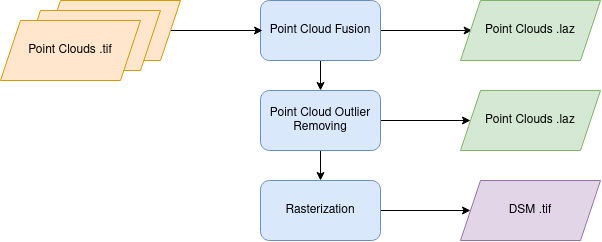
The draw.io diagram docs/source/images/pc_to_dsm.png in CNES/cars, before a commit. Source tidied: cells renumbered, new cells last; positions are measured from the earlier drawing's top-left corner, leaving out a move shared by most shapes. The source it was exported from:
```xml
<mxGraphModel>
  <root>
    <mxCell id="0" />
    <mxCell id="1" parent="0" />
    <mxCell id="2" style="edgeStyle=orthogonalEdgeStyle;rounded=0;jettySize=auto;html=1;strokeWidth=1;" parent="1" edge="1" source="4" target="7">
      <mxGeometry relative="1" as="geometry" />
    </mxCell>
    <mxCell id="3" style="edgeStyle=orthogonalEdgeStyle;rounded=0;jettySize=auto;html=1;entryX=0.083;entryY=0.5;entryDx=0;entryDy=0;entryPerimeter=0;strokeWidth=1;" parent="1" edge="1" source="4" target="13">
      <mxGeometry relative="1" as="geometry" />
    </mxCell>
    <mxCell id="4" value="Point Cloud Fusion" style="rounded=1;whiteSpace=wrap;html=1;fillColor=#dae8fc;strokeColor=#6c8ebf;" parent="1" vertex="1">
      <mxGeometry x="260" width="120" height="60" as="geometry" />
    </mxCell>
    <mxCell id="5" style="edgeStyle=orthogonalEdgeStyle;rounded=0;jettySize=auto;html=1;strokeWidth=1;" parent="1" edge="1" source="7" target="9">
      <mxGeometry relative="1" as="geometry" />
    </mxCell>
    <mxCell id="6" style="edgeStyle=orthogonalEdgeStyle;rounded=0;jettySize=auto;html=1;strokeWidth=1;" parent="1" edge="1" source="7" target="14">
      <mxGeometry relative="1" as="geometry" />
    </mxCell>
    <mxCell id="7" value="Point Cloud Outlier Removing" style="rounded=1;whiteSpace=wrap;html=1;fillColor=#dae8fc;strokeColor=#6c8ebf;" parent="1" vertex="1">
      <mxGeometry x="260" y="90" width="120" height="60" as="geometry" />
    </mxCell>
    <mxCell id="8" style="edgeStyle=orthogonalEdgeStyle;rounded=0;jettySize=auto;html=1;strokeWidth=1;" parent="1" edge="1" source="9" target="12">
      <mxGeometry relative="1" as="geometry" />
    </mxCell>
    <mxCell id="9" value="Rasterization" style="rounded=1;whiteSpace=wrap;html=1;fillColor=#dae8fc;strokeColor=#6c8ebf;" parent="1" vertex="1">
      <mxGeometry x="260" y="180" width="120" height="60" as="geometry" />
    </mxCell>
    <mxCell id="10" style="edgeStyle=orthogonalEdgeStyle;rounded=0;jettySize=auto;html=1;entryX=0.017;entryY=0.5;entryDx=0;entryDy=0;entryPerimeter=0;strokeWidth=1;" parent="1" edge="1" source="11" target="4">
      <mxGeometry relative="1" as="geometry" />
    </mxCell>
    <mxCell id="11" style="shape=parallelogram;perimeter=parallelogramPerimeter;whiteSpace=wrap;html=1;fixedSize=1;fillColor=#ffe6cc;strokeColor=#d79b00;" parent="1" vertex="1">
      <mxGeometry x="40" width="140" height="60" as="geometry" />
    </mxCell>
    <mxCell id="12" value="DSM .tif" style="shape=parallelogram;perimeter=parallelogramPerimeter;whiteSpace=wrap;html=1;fixedSize=1;fillColor=#e1d5e7;strokeColor=#9673a6;" parent="1" vertex="1">
      <mxGeometry x="460" y="180" width="140" height="60" as="geometry" />
    </mxCell>
    <mxCell id="13" value="Point Clouds .laz" style="shape=parallelogram;perimeter=parallelogramPerimeter;whiteSpace=wrap;html=1;fixedSize=1;fillColor=#d5e8d4;strokeColor=#82b366;" parent="1" vertex="1">
      <mxGeometry x="460" width="140" height="60" as="geometry" />
    </mxCell>
    <mxCell id="14" value="Point Clouds .laz" style="shape=parallelogram;perimeter=parallelogramPerimeter;whiteSpace=wrap;html=1;fixedSize=1;fillColor=#d5e8d4;strokeColor=#82b366;" parent="1" vertex="1">
      <mxGeometry x="460" y="90" width="140" height="60" as="geometry" />
    </mxCell>
    <mxCell id="15" style="shape=parallelogram;perimeter=parallelogramPerimeter;whiteSpace=wrap;html=1;fixedSize=1;fillColor=#ffe6cc;strokeColor=#d79b00;" parent="1" vertex="1">
      <mxGeometry x="20" y="10" width="140" height="60" as="geometry" />
    </mxCell>
    <mxCell id="16" value="Point Clouds .tif" style="shape=parallelogram;perimeter=parallelogramPerimeter;whiteSpace=wrap;html=1;fixedSize=1;fillColor=#ffe6cc;strokeColor=#d79b00;" parent="1" vertex="1">
      <mxGeometry y="20" width="140" height="60" as="geometry" />
    </mxCell>
  </root>
</mxGraphModel>
```
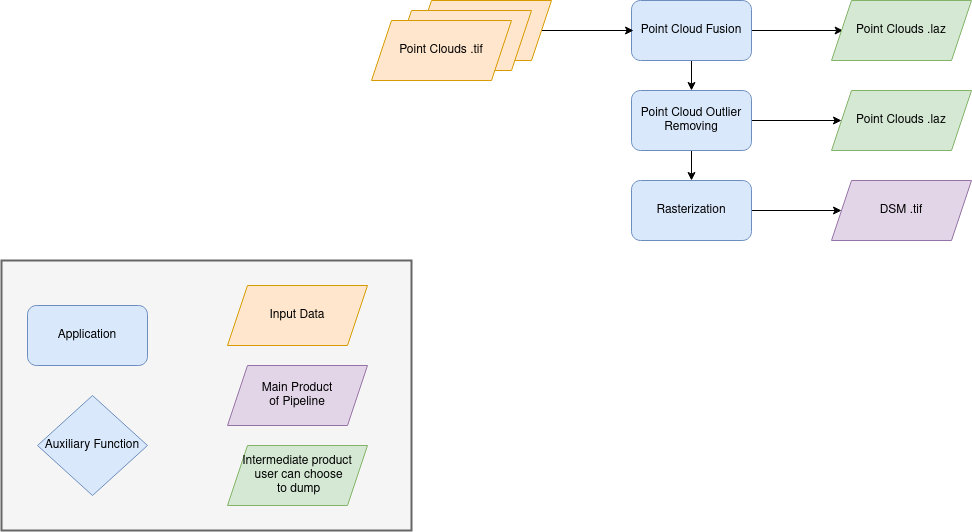
The same diagram one commit later.

Change to the diagram source:
```diff
@@ -47,5 +47,26 @@
     <mxCell id="16" value="Point Clouds .tif" style="shape=parallelogram;perimeter=parallelogramPerimeter;whiteSpace=wrap;html=1;fixedSize=1;fillColor=#ffe6cc;strokeColor=#d79b00;" parent="1" vertex="1">
       <mxGeometry y="20" width="140" height="60" as="geometry" />
     </mxCell>
+    <mxCell id="17" style="group;" parent="1" vertex="1">
+      <mxGeometry x="-370" y="260" width="410" height="270" as="geometry" />
+    </mxCell>
+    <mxCell id="18" style="rounded=0;whiteSpace=wrap;html=1;fillColor=#f5f5f5;fontColor=#333333;strokeColor=#666666;strokeWidth=2;" parent="17" vertex="1">
+      <mxGeometry width="410" height="270" as="geometry" />
+    </mxCell>
+    <mxCell id="19" value="Application" style="rounded=1;whiteSpace=wrap;html=1;fillColor=#dae8fc;strokeColor=#6c8ebf;" parent="17" vertex="1">
+      <mxGeometry x="26" y="45" width="120" height="60" as="geometry" />
+    </mxCell>
+    <mxCell id="20" value="&lt;div&gt;Main Product &lt;br&gt;&lt;/div&gt;&lt;div&gt;of Pipeline&lt;/div&gt;" style="shape=parallelogram;perimeter=parallelogramPerimeter;whiteSpace=wrap;html=1;fixedSize=1;fillColor=#e1d5e7;strokeColor=#9673a6;" parent="17" vertex="1">
+      <mxGeometry x="226" y="105" width="140" height="60" as="geometry" />
+    </mxCell>
+    <mxCell id="21" value="&lt;div&gt;Intermediate product&lt;/div&gt;&lt;div&gt;&amp;nbsp;user can choose&lt;/div&gt;&lt;div&gt;&amp;nbsp;to dump&lt;/div&gt;" style="shape=parallelogram;perimeter=parallelogramPerimeter;whiteSpace=wrap;html=1;fixedSize=1;fillColor=#d5e8d4;strokeColor=#82b366;" parent="17" vertex="1">
+      <mxGeometry x="226" y="185" width="140" height="60" as="geometry" />
+    </mxCell>
+    <mxCell id="22" value="Input Data" style="shape=parallelogram;perimeter=parallelogramPerimeter;whiteSpace=wrap;html=1;fixedSize=1;fillColor=#ffe6cc;strokeColor=#d79b00;" parent="17" vertex="1">
+      <mxGeometry x="226" y="25" width="140" height="60" as="geometry" />
+    </mxCell>
+    <mxCell id="23" value="Auxiliary Function" style="rhombus;whiteSpace=wrap;html=1;fillColor=#dae8fc;strokeColor=#6c8ebf;" parent="17" vertex="1">
+      <mxGeometry x="36" y="135" width="110" height="100" as="geometry" />
+    </mxCell>
   </root>
 </mxGraphModel>
```
